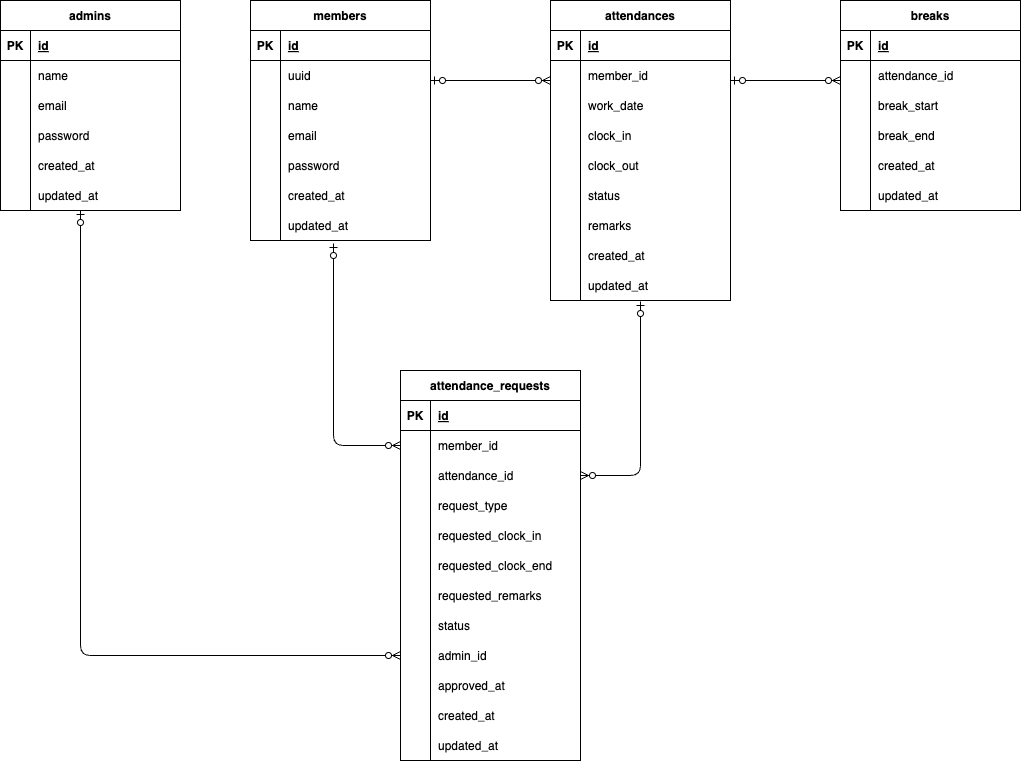
Koharu5810/time_log keeps this draw.io diagram as .drawio.png. Above is the earlier version. Source tidied: cells renumbered, new cells last; positions are measured from the earlier drawing's top-left corner, leaving out a move shared by most shapes.
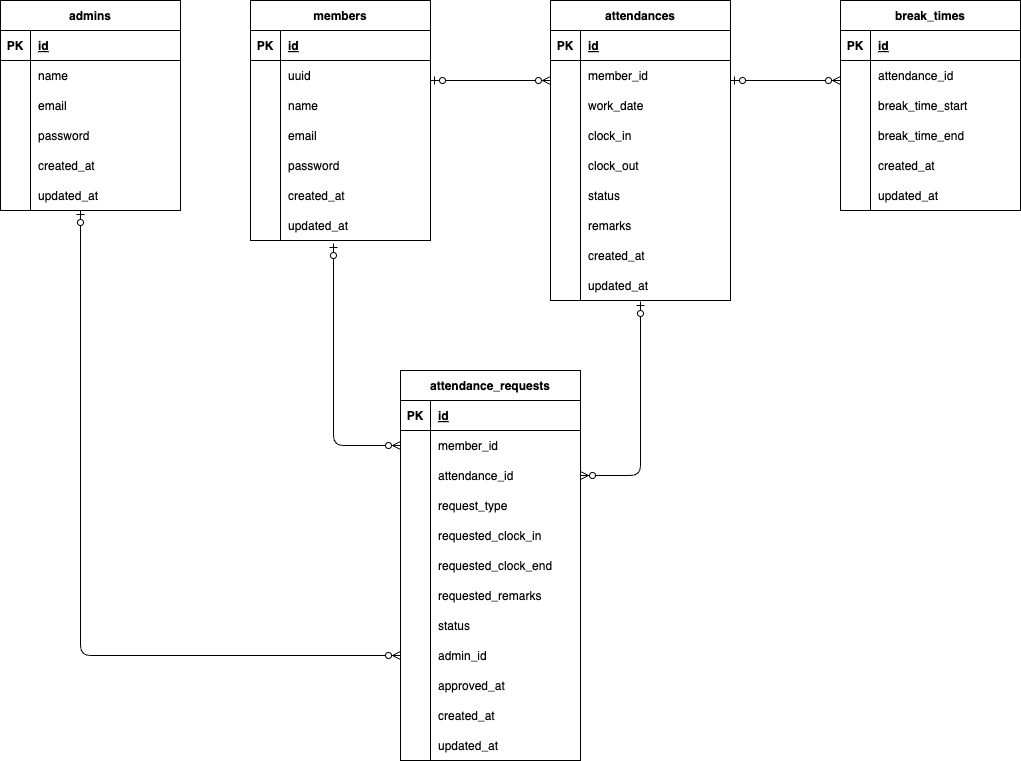
Above is the later version.

What changed in the source:
```diff
@@ -152,7 +152,7 @@
     <mxCell id="51" value="updated_at" style="shape=partialRectangle;fillColor=none;top=0;left=0;bottom=0;right=0;align=left;spacingLeft=6;overflow=hidden;" parent="49" vertex="1">
       <mxGeometry x="30" width="150" height="30" as="geometry" />
     </mxCell>
-    <mxCell id="52" value="breaks" style="shape=table;startSize=30;rowLines=0;fontStyle=1;align=center;" parent="1" vertex="1">
+    <mxCell id="52" value="break_times" style="shape=table;startSize=30;rowLines=0;fontStyle=1;align=center;" parent="1" vertex="1">
       <mxGeometry x="840" width="180" height="210" as="geometry" />
     </mxCell>
     <mxCell id="53" style="shape=tableRow;horizontal=0;startSize=0;swimlaneHead=0;swimlaneBody=0;fillColor=none;top=0;left=0;right=0;bottom=1;" parent="52" vertex="1">
@@ -179,7 +179,7 @@
     <mxCell id="60" style="shape=partialRectangle;fillColor=none;top=0;left=0;bottom=0;right=0;overflow=hidden;" parent="59" vertex="1">
       <mxGeometry width="30" height="30" as="geometry" />
     </mxCell>
-    <mxCell id="61" value="break_start" style="shape=partialRectangle;fillColor=none;top=0;left=0;bottom=0;right=0;align=left;spacingLeft=6;overflow=hidden;" parent="59" vertex="1">
+    <mxCell id="61" value="break_time_start" style="shape=partialRectangle;fillColor=none;top=0;left=0;bottom=0;right=0;align=left;spacingLeft=6;overflow=hidden;" parent="59" vertex="1">
       <mxGeometry x="30" width="150" height="30" as="geometry" />
     </mxCell>
     <mxCell id="62" style="shape=tableRow;horizontal=0;startSize=0;swimlaneHead=0;swimlaneBody=0;fillColor=none;top=0;left=0;right=0;bottom=0;" parent="52" vertex="1">
@@ -188,7 +188,7 @@
     <mxCell id="63" style="shape=partialRectangle;fillColor=none;top=0;left=0;bottom=0;right=0;overflow=hidden;" parent="62" vertex="1">
       <mxGeometry width="30" height="30" as="geometry" />
     </mxCell>
-    <mxCell id="64" value="break_end" style="shape=partialRectangle;fillColor=none;top=0;left=0;bottom=0;right=0;align=left;spacingLeft=6;overflow=hidden;" parent="62" vertex="1">
+    <mxCell id="64" value="break_time_end" style="shape=partialRectangle;fillColor=none;top=0;left=0;bottom=0;right=0;align=left;spacingLeft=6;overflow=hidden;" parent="62" vertex="1">
       <mxGeometry x="30" width="150" height="30" as="geometry" />
     </mxCell>
     <mxCell id="65" style="shape=tableRow;horizontal=0;startSize=0;swimlaneHead=0;swimlaneBody=0;fillColor=none;top=0;left=0;right=0;bottom=0;" parent="52" vertex="1">
```
